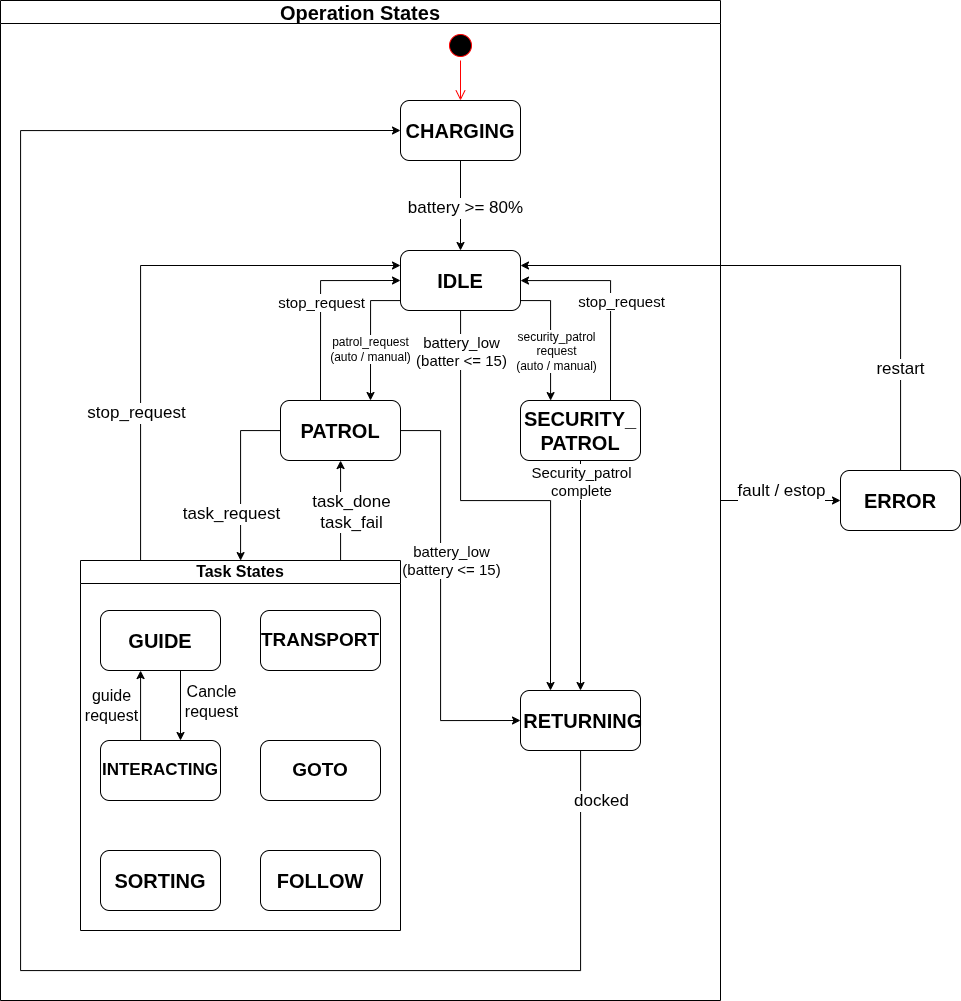
Above: img/state_diagram.png in dlrkdxor0821/presen (draw.io), before the change. Source tidied: cells renumbered, new cells last; positions are measured from the earlier drawing's top-left corner, leaving out a move shared by most shapes.
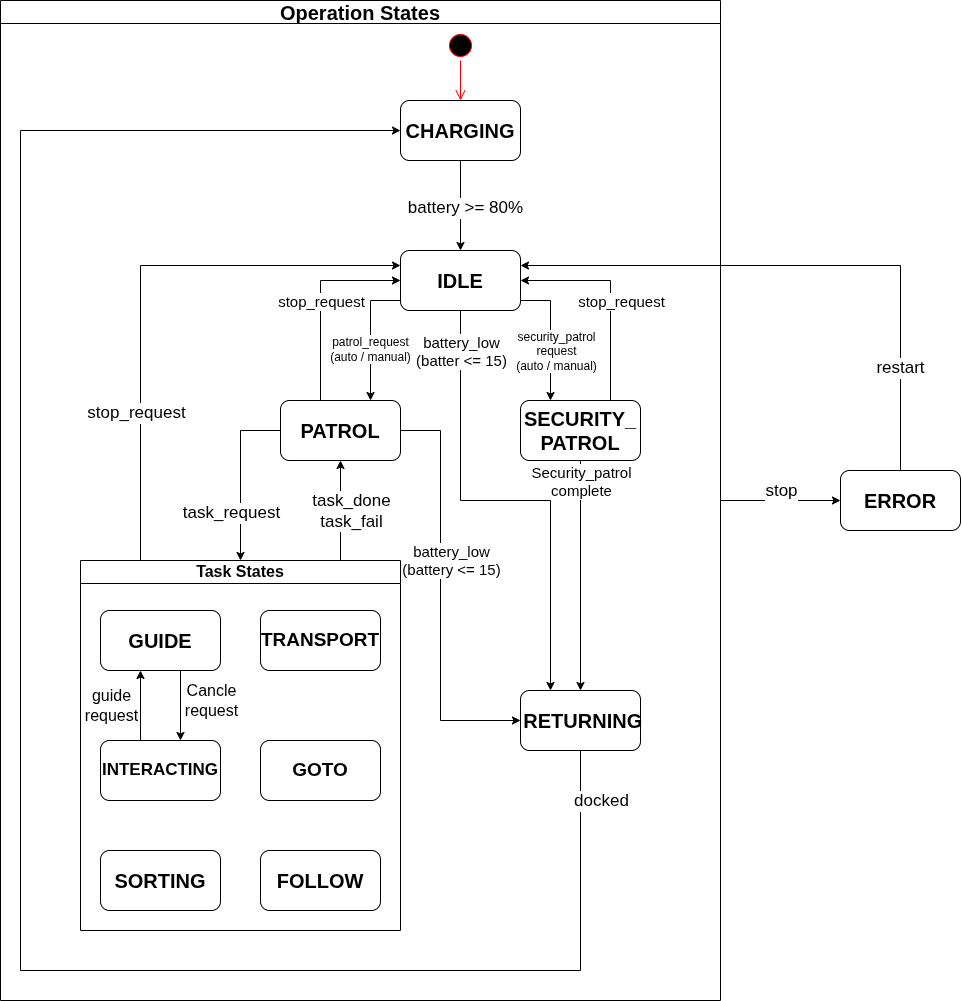
After the change.

Change to the diagram source:
```diff
@@ -166,7 +166,7 @@
     <mxCell id="35" style="edgeStyle=orthogonalEdgeStyle;rounded=0;jettySize=auto;html=1;entryX=0;entryY=0.5;entryDx=0;entryDy=0;" parent="1" edge="1" source="37" target="34">
       <mxGeometry relative="1" as="geometry" />
     </mxCell>
-    <mxCell id="36" value="&lt;font style=&quot;font-size: 17px;&quot;&gt;fault / estop&lt;/font&gt;" style="edgeLabel;html=1;align=center;verticalAlign=middle;" parent="35" vertex="1">
+    <mxCell id="36" value="&lt;span style=&quot;font-size: 17px;&quot;&gt;stop&lt;/span&gt;" style="edgeLabel;html=1;align=center;verticalAlign=middle;" parent="35" vertex="1">
       <mxGeometry relative="1" as="geometry">
         <mxPoint y="-10" as="offset" />
       </mxGeometry>
```
